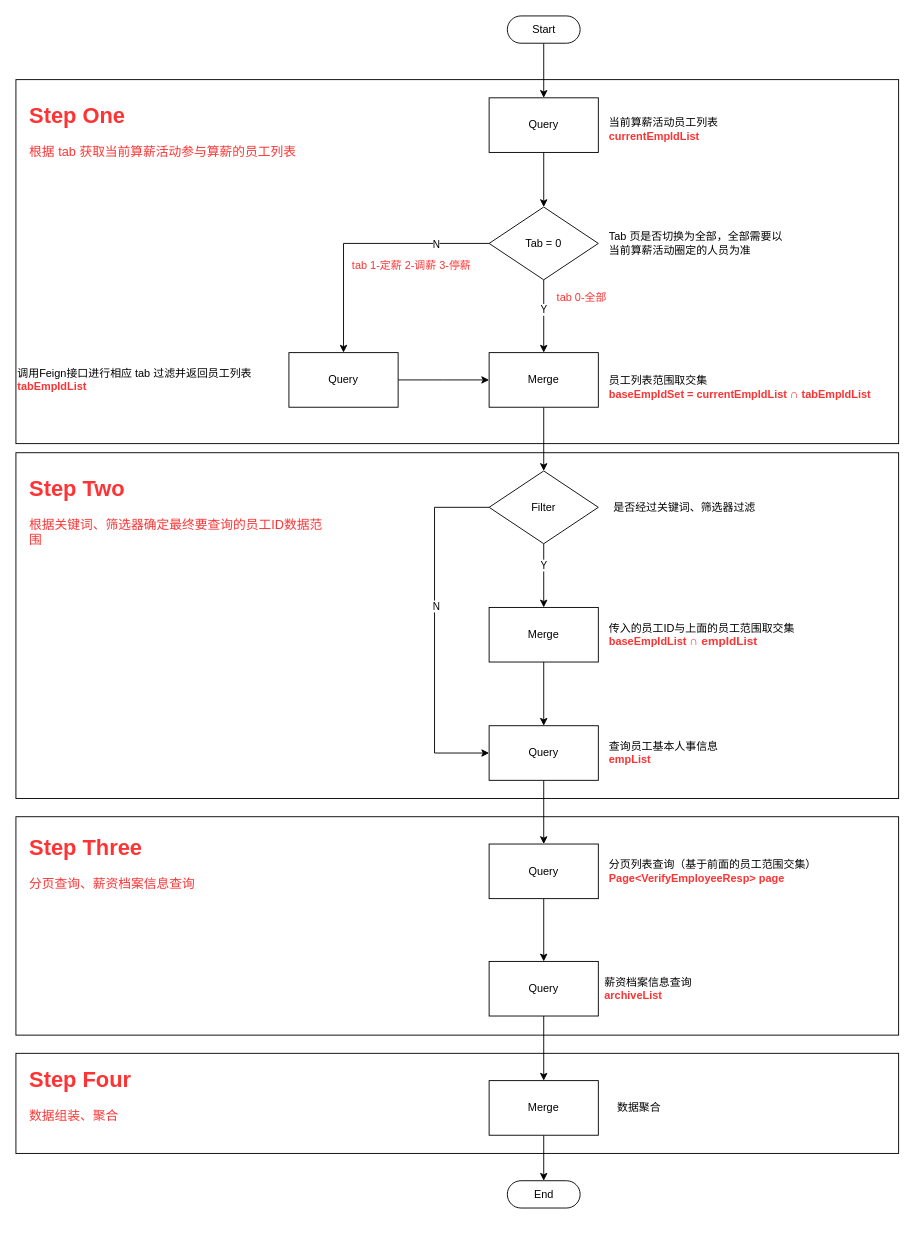
This is 算薪活动-核对人员列表接口实现逻辑.drawio from rexlin600/diagrams, a draw.io file, before an edit. Source tidied: cells renumbered, new cells numbered last; positions are measured from the earlier drawing's top-left corner, leaving out a move shared by most shapes. Both pictures are drawn from the tidied source at 91%, with x=0, y=0 at pixel (15, 15).
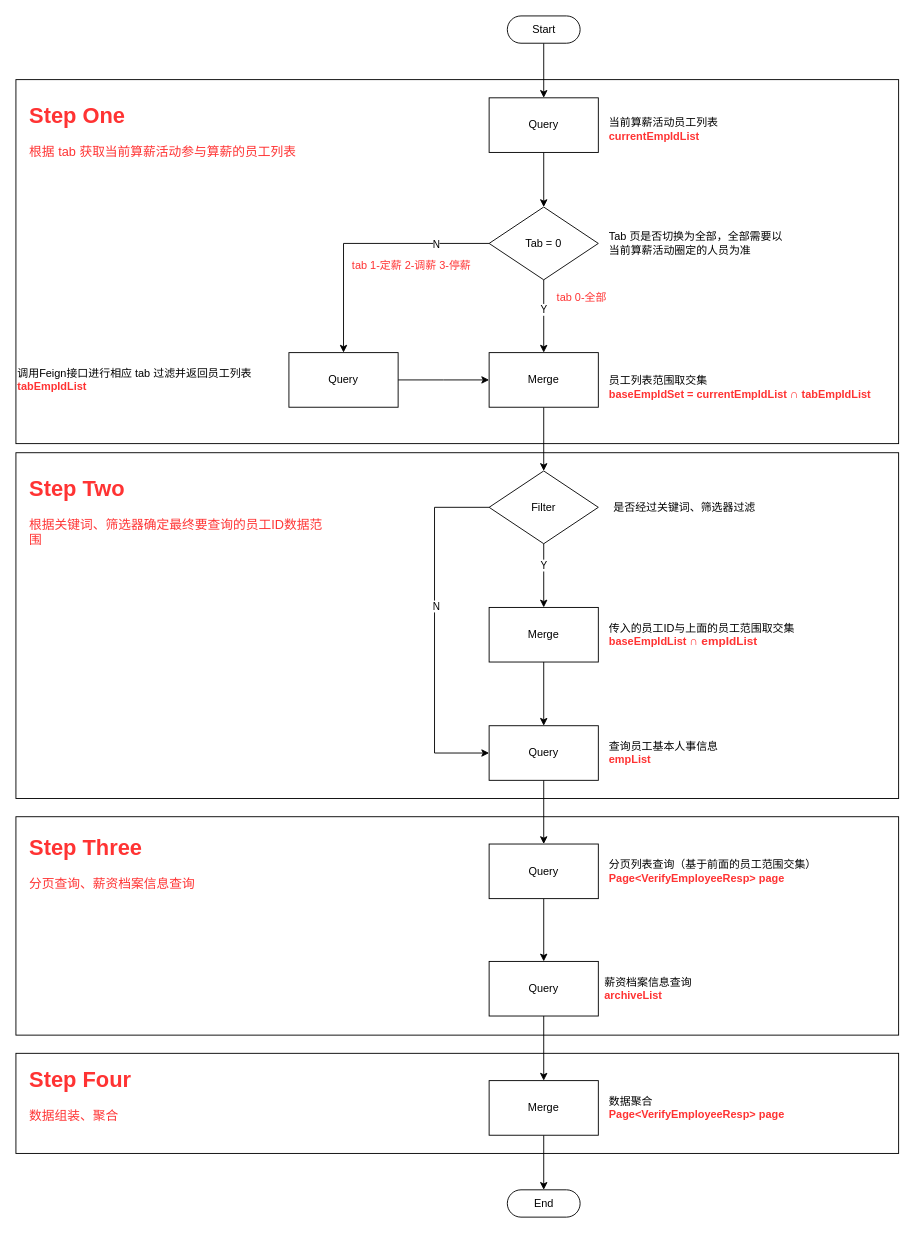
The same diagram, later.

Commit message:
更新算薪活动-核对人员列表接口实现逻辑.drawio

Change to the diagram source:
```diff
@@
-    <mxCell id="43" value="数据聚合" style="text;html=1;strokeColor=none;fillColor=none;align=center;verticalAlign=middle;whiteSpace=wrap;rounded=0;" parent="1" vertex="1">
-      <mxGeometry x="650" y="1185" width="70" height="30" as="geometry" />
+    <mxCell id="43" value="数据聚合&lt;br&gt;&lt;b style=&quot;&quot;&gt;&lt;font color=&quot;#ff3333&quot;&gt;Page&amp;lt;VerifyEmployeeResp&amp;gt; page&lt;/font&gt;&lt;/b&gt;" style="text;html=1;strokeColor=none;fillColor=none;align=left;verticalAlign=middle;whiteSpace=wrap;rounded=0;" parent="1" vertex="1">
+      <mxGeometry x="650" y="1185" width="230" height="30" as="geometry" />
     </mxCell>
     <mxCell id="44" value="End" style="html=1;dashed=0;whitespace=wrap;shape=mxgraph.dfd.start;" parent="1" vertex="1">
-      <mxGeometry x="540" y="1280" width="80" height="30" as="geometry" />
+      <mxGeometry x="540" y="1290" width="80" height="30" as="geometry" />
     </mxCell>
```
